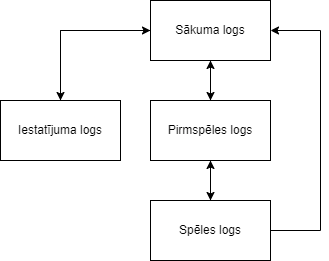
GNarvils/ScoreStorm keeps this draw.io diagram as Diagrammas/Modeli.png. Above is the earlier version. Source tidied: cells renumbered, new cells last; positions are measured from the earlier drawing's top-left corner, leaving out a move shared by most shapes. Source of this version:
```xml
<mxGraphModel>
  <root>
    <mxCell id="0" />
    <mxCell id="1" parent="0" />
    <mxCell id="2" style="edgeStyle=orthogonalEdgeStyle;rounded=0;jettySize=auto;html=1;entryX=0.5;entryY=0;entryDx=0;entryDy=0;" parent="1" edge="1" source="4" target="7">
      <mxGeometry relative="1" as="geometry" />
    </mxCell>
    <mxCell id="3" style="edgeStyle=orthogonalEdgeStyle;rounded=0;jettySize=auto;html=1;entryX=0.5;entryY=0;entryDx=0;entryDy=0;" parent="1" edge="1" source="4" target="9">
      <mxGeometry relative="1" as="geometry" />
    </mxCell>
    <mxCell id="4" value="Sākuma logs" style="rounded=0;whiteSpace=wrap;html=1;" parent="1" vertex="1">
      <mxGeometry x="150" width="120" height="60" as="geometry" />
    </mxCell>
    <mxCell id="5" style="edgeStyle=orthogonalEdgeStyle;rounded=0;jettySize=auto;html=1;entryX=0.5;entryY=1;entryDx=0;entryDy=0;" parent="1" edge="1" source="7" target="4">
      <mxGeometry relative="1" as="geometry" />
    </mxCell>
    <mxCell id="6" style="edgeStyle=orthogonalEdgeStyle;rounded=0;jettySize=auto;html=1;entryX=0.5;entryY=0;entryDx=0;entryDy=0;" parent="1" edge="1" source="7" target="12">
      <mxGeometry relative="1" as="geometry" />
    </mxCell>
    <mxCell id="7" value="Pirmspēles logs" style="rounded=0;whiteSpace=wrap;html=1;" parent="1" vertex="1">
      <mxGeometry x="150" y="100" width="120" height="60" as="geometry" />
    </mxCell>
    <mxCell id="8" style="edgeStyle=orthogonalEdgeStyle;rounded=0;jettySize=auto;html=1;entryX=0;entryY=0.5;entryDx=0;entryDy=0;" parent="1" edge="1" source="9" target="4">
      <mxGeometry relative="1" as="geometry">
        <Array as="points">
          <mxPoint x="60" y="30" />
        </Array>
      </mxGeometry>
    </mxCell>
    <mxCell id="9" value="Iestatījuma logs" style="rounded=0;whiteSpace=wrap;html=1;" parent="1" vertex="1">
      <mxGeometry y="100" width="120" height="60" as="geometry" />
    </mxCell>
    <mxCell id="10" style="edgeStyle=orthogonalEdgeStyle;rounded=0;jettySize=auto;html=1;entryX=0.5;entryY=1;entryDx=0;entryDy=0;" parent="1" edge="1" source="12" target="7">
      <mxGeometry relative="1" as="geometry" />
    </mxCell>
    <mxCell id="11" style="edgeStyle=orthogonalEdgeStyle;rounded=0;jettySize=auto;html=1;entryX=1;entryY=0.5;entryDx=0;entryDy=0;" parent="1" edge="1" source="12" target="4">
      <mxGeometry relative="1" as="geometry">
        <Array as="points">
          <mxPoint x="320" y="230" />
          <mxPoint x="320" y="30" />
        </Array>
      </mxGeometry>
    </mxCell>
    <mxCell id="12" value="Spēles logs" style="rounded=0;whiteSpace=wrap;html=1;" parent="1" vertex="1">
      <mxGeometry x="150" y="200" width="120" height="60" as="geometry" />
    </mxCell>
  </root>
</mxGraphModel>
```
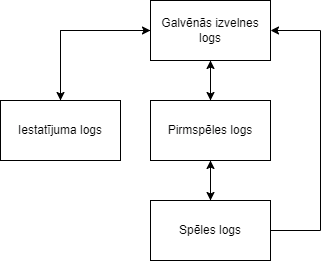
Later version of the same file.

What changed in the source:
```diff
@@ -8,7 +8,7 @@
     <mxCell id="3" style="edgeStyle=orthogonalEdgeStyle;rounded=0;jettySize=auto;html=1;entryX=0.5;entryY=0;entryDx=0;entryDy=0;" parent="1" edge="1" source="4" target="9">
       <mxGeometry relative="1" as="geometry" />
     </mxCell>
-    <mxCell id="4" value="Sākuma logs" style="rounded=0;whiteSpace=wrap;html=1;" parent="1" vertex="1">
+    <mxCell id="4" value="Galvēnās izvelnes logs" style="rounded=0;whiteSpace=wrap;html=1;" parent="1" vertex="1">
       <mxGeometry x="150" width="120" height="60" as="geometry" />
     </mxCell>
     <mxCell id="5" style="edgeStyle=orthogonalEdgeStyle;rounded=0;jettySize=auto;html=1;entryX=0.5;entryY=1;entryDx=0;entryDy=0;" parent="1" edge="1" source="7" target="4">
```
